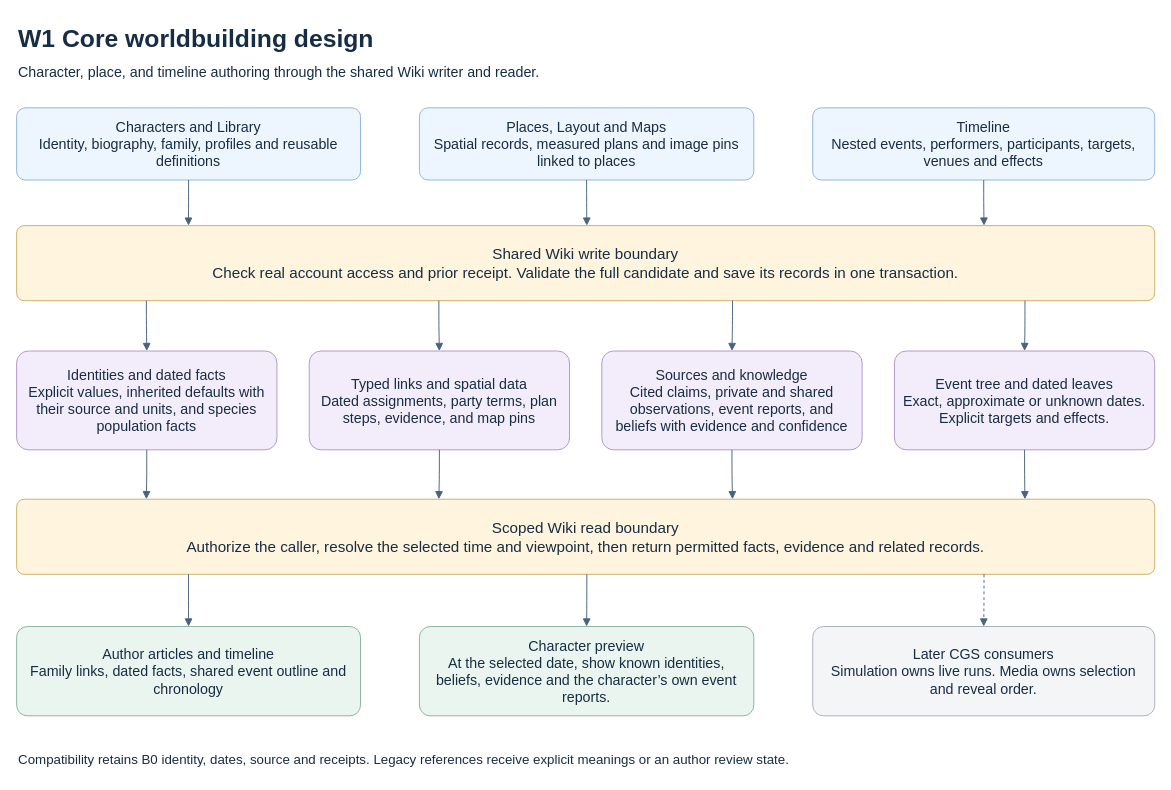
Before: page "W1 Core worldbuilding design" (5 of 17) of docs/CGS_Codex_Local_Handoff/CGS_First_Playable_Architecture.drawio in DEVdaVinci/CGS-v1, a draw.io diagram. Source tidied: cells renumbered, new cells numbered last; positions are measured from the earlier drawing's top-left corner, leaving out a move shared by most shapes. Both pictures are drawn from the tidied source at 95%, with x=0, y=0 at pixel (16, 16).
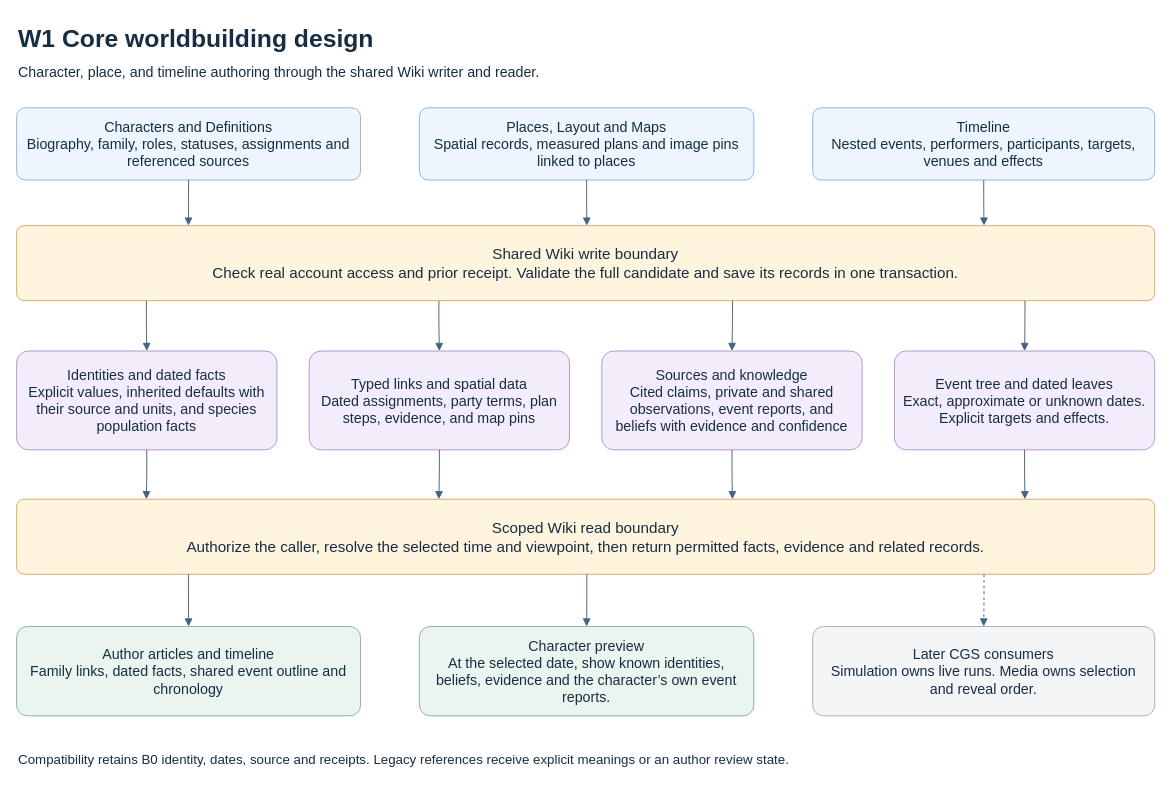
After the change.

Change to the diagram source:
```diff
@@
-    <mxCell id="4" value="Characters and Library&#10;Identity, biography, family, profiles and reusable definitions" style="rounded=1;arcSize=12;whiteSpace=wrap;spacing=10;fontSize=15;fillColor=#EDF5FE;strokeColor=#8EB4DC;fontColor=#172D43;" parent="1" vertex="1">
+    <mxCell id="4" value="Characters and Definitions&#10;Biography, family, roles, statuses, assignments and referenced sources" style="rounded=1;arcSize=12;whiteSpace=wrap;spacing=10;fontSize=15;fillColor=#EDF5FE;strokeColor=#8EB4DC;fontColor=#172D43;" parent="1" vertex="1">
       <mxGeometry y="96" width="362" height="76" as="geometry" />
     </mxCell>
```
